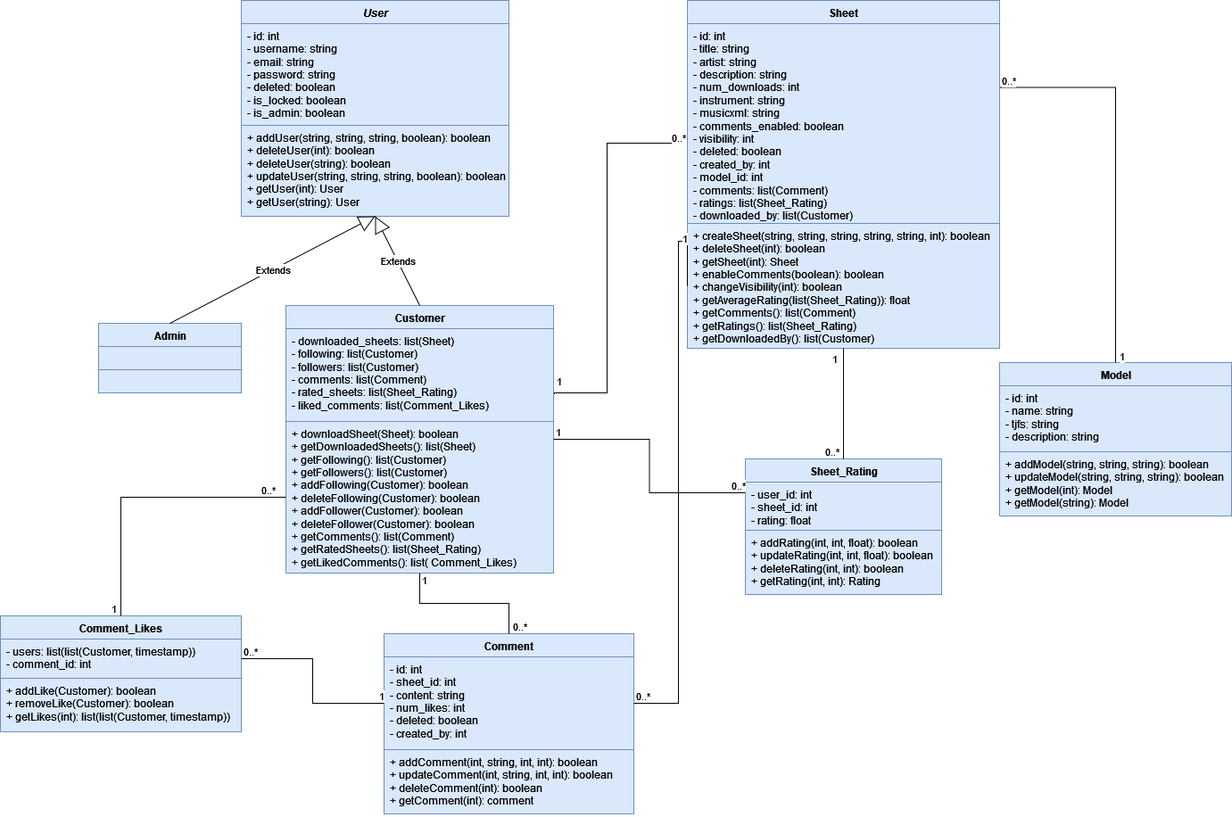
This is db/Knowtes_Class_Diagram.png from ProjFall2025/Team3, a draw.io export, as it was before one commit. Source tidied: cells renumbered, new cells last; positions are measured from the earlier drawing's top-left corner, leaving out a move shared by most shapes.
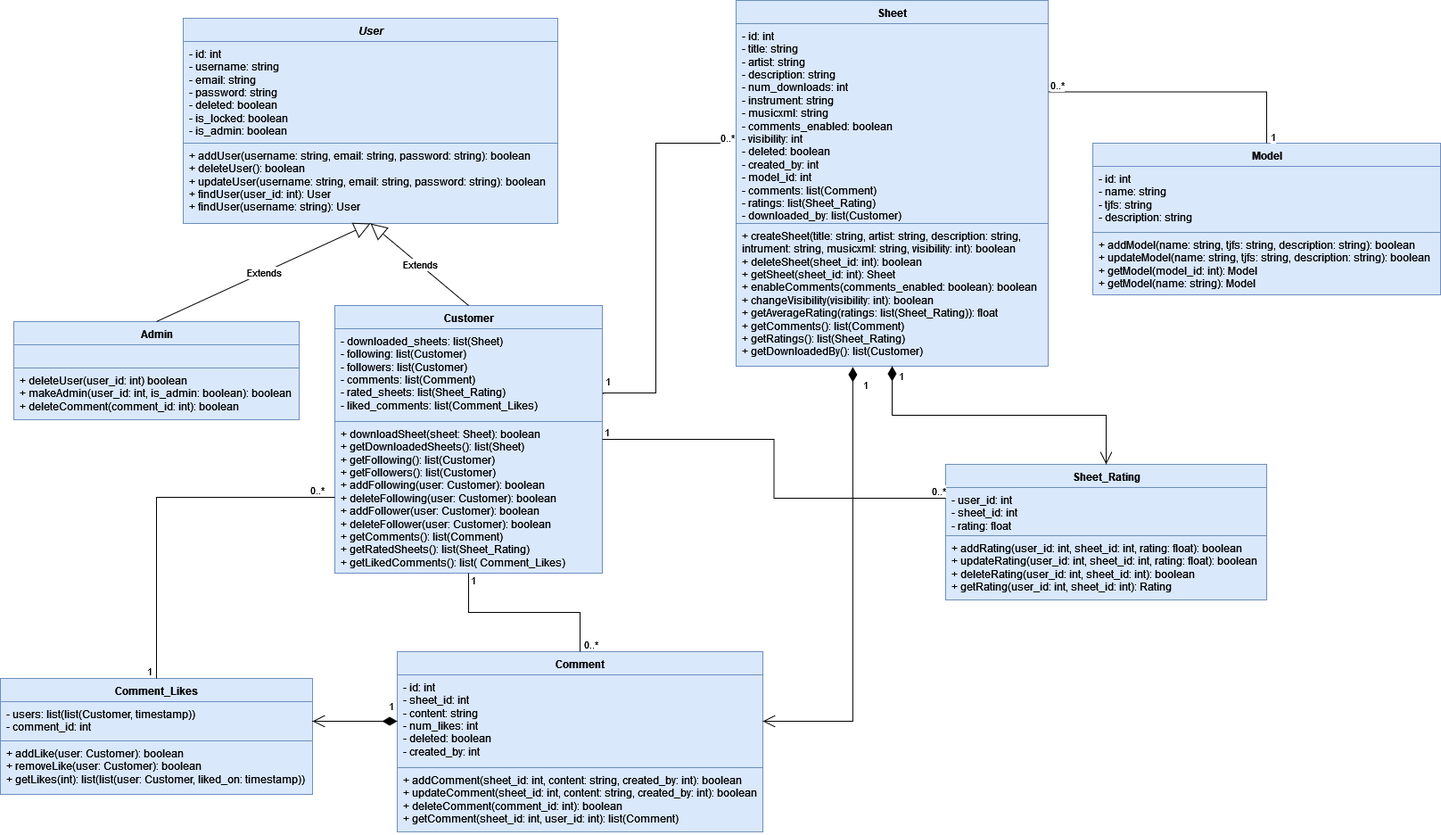
Later version of the same file.

Commit message:
Updated UML Class Diagram

Diff of the diagram source:
```diff
@@ -10,3 +10,3 @@
     </mxCell>
-    <mxCell id="4" value="&lt;div&gt;&lt;div&gt;&lt;div&gt;&lt;div&gt;&lt;div&gt;&lt;div&gt;+ downloadSheet(Sheet): boolean&lt;br&gt;&lt;/div&gt;&lt;div&gt;+ getDownloadedSheets(): list(Sheet)&lt;br&gt;&lt;/div&gt;&lt;div&gt;+ getFollowing(): list(Customer)&lt;/div&gt;&lt;div&gt;+ getFollowers(): list(Customer)&lt;/div&gt;&lt;div&gt;+ addFollowing(Customer): boolean&lt;/div&gt;&lt;div&gt;+ deleteFollowing(Customer): boolean&lt;/div&gt;&lt;div&gt;+ addFollower(Customer): boolean&lt;/div&gt;&lt;div&gt;+ deleteFollower(Customer): boolean&lt;/div&gt;&lt;div&gt;+ getComments(): list(Comment)&lt;/div&gt;&lt;div&gt;+ getRatedSheets(): list(Sheet_Rating)&lt;/div&gt;&lt;div&gt;+ getLikedComments(): list( Comment_Likes)&lt;br&gt;&lt;/div&gt;&lt;div&gt;&lt;br&gt;&lt;/div&gt;&lt;/div&gt;&lt;/div&gt;&lt;/div&gt;&lt;/div&gt;&lt;/div&gt;" style="text;strokeColor=#6c8ebf;fillColor=#dae8fc;align=left;verticalAlign=top;spacingLeft=4;spacingRight=4;overflow=hidden;points=[[0,0.5],[1,0.5]];portConstraint=eastwest;whiteSpace=wrap;html=1;" parent="2" vertex="1">
+    <mxCell id="4" value="&lt;div&gt;&lt;div&gt;&lt;div&gt;&lt;div&gt;&lt;div&gt;&lt;div&gt;+ downloadSheet(sheet: Sheet): boolean&lt;br&gt;&lt;/div&gt;&lt;div&gt;+ getDownloadedSheets(): list(Sheet)&lt;br&gt;&lt;/div&gt;&lt;div&gt;+ getFollowing(): list(Customer)&lt;/div&gt;&lt;div&gt;+ getFollowers(): list(Customer)&lt;/div&gt;&lt;div&gt;+ addFollowing(user: Customer): boolean&lt;/div&gt;&lt;div&gt;+ deleteFollowing(user: Customer): boolean&lt;/div&gt;&lt;div&gt;+ addFollower(user: Customer): boolean&lt;/div&gt;&lt;div&gt;+ deleteFollower(user: Customer): boolean&lt;/div&gt;&lt;div&gt;+ getComments(): list(Comment)&lt;/div&gt;&lt;div&gt;+ getRatedSheets(): list(Sheet_Rating)&lt;/div&gt;&lt;div&gt;+ getLikedComments(): list( Comment_Likes)&lt;br&gt;&lt;/div&gt;&lt;div&gt;&lt;br&gt;&lt;/div&gt;&lt;/div&gt;&lt;/div&gt;&lt;/div&gt;&lt;/div&gt;&lt;/div&gt;" style="text;strokeColor=#6c8ebf;fillColor=#dae8fc;align=left;verticalAlign=top;spacingLeft=4;spacingRight=4;overflow=hidden;points=[[0,0.5],[1,0.5]];portConstraint=eastwest;whiteSpace=wrap;html=1;" parent="2" vertex="1">
       <mxGeometry y="130" width="300" height="170" as="geometry" />
@@ -14,3 +14,3 @@
     <mxCell id="5" value="Sheet" style="swimlane;fontStyle=1;align=center;verticalAlign=top;horizontal=1;startSize=26;whiteSpace=wrap;html=1;fillColor=#dae8fc;strokeColor=#6c8ebf;" parent="1" vertex="1">
-      <mxGeometry x="770" width="350" height="390" as="geometry" />
+      <mxGeometry x="770" width="350" height="410" as="geometry" />
     </mxCell>
@@ -19,49 +19,49 @@
     </mxCell>
-    <mxCell id="7" value="&lt;div&gt;+ createSheet(string, string, string, string, string, int): boolean&lt;/div&gt;&lt;div&gt;+ deleteSheet(int): boolean&lt;/div&gt;&lt;div&gt;+ getSheet(int): Sheet&lt;/div&gt;&lt;div&gt;+ enableComments(boolean): boolean&lt;/div&gt;&lt;div&gt;+ changeVisibility(int): boolean&lt;/div&gt;&lt;div&gt;+ getAverageRating(list(Sheet_Rating)): float&lt;/div&gt;&lt;div&gt;+ getComments(): list(Comment)&lt;/div&gt;&lt;div&gt;+ getRatings(): list(Sheet_Rating)&lt;/div&gt;&lt;div&gt;+ getDownloadedBy(): list(Customer)&lt;br&gt;&lt;/div&gt;" style="text;strokeColor=#6c8ebf;fillColor=#dae8fc;align=left;verticalAlign=top;spacingLeft=4;spacingRight=4;overflow=hidden;points=[[0,0.5],[1,0.5]];portConstraint=eastwest;whiteSpace=wrap;html=1;" parent="5" vertex="1">
-      <mxGeometry y="250" width="350" height="140" as="geometry" />
+    <mxCell id="7" value="&lt;div&gt;+ createSheet(title: string, artist: string, description: string, intrument: string, musicxml: string, visibility: int): boolean&lt;/div&gt;&lt;div&gt;+ deleteSheet(sheet_id: int): boolean&lt;/div&gt;&lt;div&gt;+ getSheet(sheet_id: int): Sheet&lt;/div&gt;&lt;div&gt;+ enableComments(comments_enabled: boolean): boolean&lt;/div&gt;&lt;div&gt;+ changeVisibility(visibility: int): boolean&lt;/div&gt;&lt;div&gt;+ getAverageRating(ratings: list(Sheet_Rating)): float&lt;/div&gt;&lt;div&gt;+ getComments(): list(Comment)&lt;/div&gt;&lt;div&gt;+ getRatings(): list(Sheet_Rating)&lt;/div&gt;&lt;div&gt;+ getDownloadedBy(): list(Customer)&lt;br&gt;&lt;/div&gt;" style="text;strokeColor=#6c8ebf;fillColor=#dae8fc;align=left;verticalAlign=top;spacingLeft=4;spacingRight=4;overflow=hidden;points=[[0,0.5],[1,0.5]];portConstraint=eastwest;whiteSpace=wrap;html=1;" parent="5" vertex="1">
+      <mxGeometry y="250" width="350" height="160" as="geometry" />
     </mxCell>
     <mxCell id="8" value="Model" style="swimlane;fontStyle=1;align=center;verticalAlign=top;horizontal=1;startSize=26;whiteSpace=wrap;html=1;fillColor=#dae8fc;strokeColor=#6c8ebf;" parent="1" vertex="1">
-      <mxGeometry x="1120" y="406" width="260" height="172" as="geometry" />
+      <mxGeometry x="1170" y="160" width="390" height="170" as="geometry" />
     </mxCell>
     <mxCell id="9" value="&lt;div&gt;- id: int&lt;/div&gt;&lt;div&gt;- name: string&lt;/div&gt;&lt;div&gt;- tjfs: string&lt;/div&gt;&lt;div&gt;- description: string&lt;br&gt;&lt;/div&gt;&lt;div&gt;&lt;br&gt;&lt;/div&gt;" style="text;strokeColor=#6c8ebf;fillColor=#dae8fc;align=left;verticalAlign=top;spacingLeft=4;spacingRight=4;overflow=hidden;whiteSpace=wrap;html=1;" parent="8" vertex="1">
-      <mxGeometry y="26" width="260" height="74" as="geometry" />
+      <mxGeometry y="26" width="390" height="74" as="geometry" />
     </mxCell>
-    <mxCell id="10" value="&lt;div&gt;+ addModel(string, string, string): boolean&lt;/div&gt;&lt;div&gt;+ updateModel(string, string, string): boolean&lt;/div&gt;&lt;div&gt;+ getModel(int): Model&lt;/div&gt;&lt;div&gt;+ getModel(string): Model&lt;br&gt;&lt;/div&gt;&lt;div&gt;&lt;br&gt;&lt;/div&gt;" style="text;strokeColor=#6c8ebf;fillColor=#dae8fc;align=left;verticalAlign=top;spacingLeft=4;spacingRight=4;overflow=hidden;whiteSpace=wrap;html=1;" parent="8" vertex="1">
-      <mxGeometry y="100" width="260" height="72" as="geometry" />
+    <mxCell id="10" value="&lt;div&gt;+ addModel(name: string, tjfs: string, description: string): boolean&lt;/div&gt;&lt;div&gt;+ updateModel(name: string, tjfs: string, description: string): boolean&lt;/div&gt;&lt;div&gt;+ getModel(model_id: int): Model&lt;/div&gt;&lt;div&gt;+ getModel(name: string): Model&lt;br&gt;&lt;/div&gt;&lt;div&gt;&lt;br&gt;&lt;/div&gt;" style="text;strokeColor=#6c8ebf;fillColor=#dae8fc;align=left;verticalAlign=top;spacingLeft=4;spacingRight=4;overflow=hidden;whiteSpace=wrap;html=1;" parent="8" vertex="1">
+      <mxGeometry y="100" width="390" height="70" as="geometry" />
     </mxCell>
     <mxCell id="11" value="Sheet_Rating" style="swimlane;fontStyle=1;align=center;verticalAlign=top;horizontal=1;startSize=26;whiteSpace=wrap;html=1;fillColor=#dae8fc;strokeColor=#6c8ebf;" parent="1" vertex="1">
-      <mxGeometry x="835" y="514" width="220" height="152" as="geometry" />
+      <mxGeometry x="1005" y="520" width="360" height="152" as="geometry" />
     </mxCell>
     <mxCell id="12" value="&lt;div&gt;- user_id: int&lt;br&gt;&lt;/div&gt;&lt;div&gt;- sheet_id: int&lt;/div&gt;&lt;div&gt;- rating: float&lt;/div&gt;" style="text;strokeColor=#6c8ebf;fillColor=#dae8fc;align=left;verticalAlign=top;spacingLeft=4;spacingRight=4;overflow=hidden;whiteSpace=wrap;html=1;" parent="11" vertex="1">
-      <mxGeometry y="26" width="220" height="54" as="geometry" />
+      <mxGeometry y="26" width="360" height="54" as="geometry" />
     </mxCell>
-    <mxCell id="13" value="&lt;div&gt;+ addRating(int, int, float): boolean&lt;/div&gt;&lt;div&gt;+ updateRating(int, int, float): boolean&lt;/div&gt;&lt;div&gt;+ deleteRating(int, int): boolean&lt;/div&gt;&lt;div&gt;+ getRating(int, int): Rating&lt;br&gt;&lt;/div&gt;" style="text;strokeColor=#6c8ebf;fillColor=#dae8fc;align=left;verticalAlign=top;spacingLeft=4;spacingRight=4;overflow=hidden;whiteSpace=wrap;html=1;" parent="11" vertex="1">
-      <mxGeometry y="80" width="220" height="72" as="geometry" />
+    <mxCell id="13" value="&lt;div&gt;+ addRating(user_id: int, sheet_id: int, rating: float): boolean&lt;/div&gt;&lt;div&gt;+ updateRating(user_id: int, sheet_id: int, rating: float): boolean&lt;/div&gt;&lt;div&gt;+ deleteRating(user_id: int, sheet_id: int): boolean&lt;/div&gt;&lt;div&gt;+ getRating(user_id: int, sheet_id: int): Rating&lt;br&gt;&lt;/div&gt;" style="text;strokeColor=#6c8ebf;fillColor=#dae8fc;align=left;verticalAlign=top;spacingLeft=4;spacingRight=4;overflow=hidden;whiteSpace=wrap;html=1;" parent="11" vertex="1">
+      <mxGeometry y="80" width="360" height="72" as="geometry" />
     </mxCell>
     <mxCell id="14" value="Comment" style="swimlane;fontStyle=1;align=center;verticalAlign=top;horizontal=1;startSize=26;whiteSpace=wrap;html=1;fillColor=#dae8fc;strokeColor=#6c8ebf;" parent="1" vertex="1">
-      <mxGeometry x="430" y="710" width="280" height="202" as="geometry" />
+      <mxGeometry x="390" y="730" width="410" height="202" as="geometry" />
     </mxCell>
     <mxCell id="15" value="&lt;div&gt;- id: int&lt;/div&gt;&lt;div&gt;- sheet_id: int&lt;br&gt;&lt;/div&gt;&lt;div&gt;- content: string&lt;/div&gt;&lt;div&gt;- num_likes: int&lt;/div&gt;&lt;div&gt;- deleted: boolean&lt;/div&gt;&lt;div&gt;- created_by: int&lt;br&gt;&lt;/div&gt;" style="text;strokeColor=#6c8ebf;fillColor=#dae8fc;align=left;verticalAlign=top;spacingLeft=4;spacingRight=4;overflow=hidden;points=[[0,0.5],[1,0.5]];portConstraint=eastwest;whiteSpace=wrap;html=1;" parent="14" vertex="1">
-      <mxGeometry y="26" width="280" height="104" as="geometry" />
+      <mxGeometry y="26" width="410" height="104" as="geometry" />
     </mxCell>
-    <mxCell id="16" value="&lt;div&gt;+ addComment(int, string, int, int): boolean&lt;/div&gt;&lt;div&gt;+ updateComment(int, string, int, int): boolean&lt;/div&gt;&lt;div&gt;+ deleteComment(int): boolean&lt;/div&gt;&lt;div&gt;+ getComment(int): comment&lt;/div&gt;&lt;div&gt;&lt;br&gt;&lt;/div&gt;" style="text;strokeColor=#6c8ebf;fillColor=#dae8fc;align=left;verticalAlign=top;spacingLeft=4;spacingRight=4;overflow=hidden;whiteSpace=wrap;html=1;" parent="14" vertex="1">
-      <mxGeometry y="130" width="280" height="72" as="geometry" />
+    <mxCell id="16" value="&lt;div&gt;+ addComment(sheet_id: int, content: string, created_by: int): boolean&lt;/div&gt;&lt;div&gt;+ updateComment(sheet_id: int, content: string, created_by: int): boolean&lt;/div&gt;&lt;div&gt;+ deleteComment(comment_id: int): boolean&lt;/div&gt;&lt;div&gt;+ getComment(sheet_id: int, user_id: int): list(Comment)&lt;/div&gt;&lt;div&gt;&lt;br&gt;&lt;/div&gt;" style="text;strokeColor=#6c8ebf;fillColor=#dae8fc;align=left;verticalAlign=top;spacingLeft=4;spacingRight=4;overflow=hidden;whiteSpace=wrap;html=1;" parent="14" vertex="1">
+      <mxGeometry y="130" width="410" height="72" as="geometry" />
     </mxCell>
     <mxCell id="17" value="&lt;i&gt;User&lt;/i&gt;" style="swimlane;fontStyle=1;align=center;verticalAlign=top;horizontal=1;startSize=26;whiteSpace=wrap;html=1;fillColor=#dae8fc;strokeColor=#6c8ebf;" parent="1" vertex="1">
-      <mxGeometry x="270" width="300" height="242" as="geometry" />
+      <mxGeometry x="150" y="20" width="420" height="230" as="geometry" />
     </mxCell>
     <mxCell id="18" value="&lt;div&gt;- id: int&lt;/div&gt;&lt;div&gt;- username: string&lt;/div&gt;&lt;div&gt;- email: string&lt;/div&gt;&lt;div&gt;- password: string&lt;/div&gt;&lt;div&gt;&lt;div&gt;- deleted: boolean&lt;/div&gt;&lt;div&gt;- is_locked: boolean&lt;/div&gt;&lt;/div&gt;&lt;div&gt;- is_admin: boolean&lt;br&gt;&lt;/div&gt;" style="text;strokeColor=#6c8ebf;fillColor=#dae8fc;align=left;verticalAlign=top;spacingLeft=4;spacingRight=4;overflow=hidden;whiteSpace=wrap;html=1;" parent="17" vertex="1">
-      <mxGeometry y="26" width="300" height="114" as="geometry" />
+      <mxGeometry y="26" width="420" height="114" as="geometry" />
     </mxCell>
-    <mxCell id="19" value="&lt;div&gt;+ addUser(string, string, string, boolean): boolean&lt;/div&gt;&lt;div&gt;&lt;div&gt;+ deleteUser(int): boolean&lt;/div&gt;&lt;/div&gt;&lt;div&gt;+ deleteUser(string): boolean&lt;/div&gt;&lt;div&gt;+ updateUser(string, string, string, boolean): boolean&lt;/div&gt;&lt;div&gt;+ getUser(int): User&lt;/div&gt;&lt;div&gt;+ getUser(string): User&lt;/div&gt;" style="text;strokeColor=#6c8ebf;fillColor=#dae8fc;align=left;verticalAlign=top;spacingLeft=4;spacingRight=4;overflow=hidden;whiteSpace=wrap;html=1;" parent="17" vertex="1">
-      <mxGeometry y="140" width="300" height="102" as="geometry" />
+    <mxCell id="19" value="&lt;div&gt;+ addUser(username: string, email: string, password: string): boolean&lt;/div&gt;&lt;div&gt;&lt;div&gt;+ deleteUser(): boolean&lt;/div&gt;&lt;/div&gt;&lt;div&gt;+ updateUser(username: string, email: string, password: string): boolean&lt;/div&gt;&lt;div&gt;+ findUser(user_id: int): User&lt;/div&gt;&lt;div&gt;+ findUser(username: string): User&lt;/div&gt;" style="text;strokeColor=#6c8ebf;fillColor=#dae8fc;align=left;verticalAlign=top;spacingLeft=4;spacingRight=4;overflow=hidden;whiteSpace=wrap;html=1;" parent="17" vertex="1">
+      <mxGeometry y="140" width="420" height="90" as="geometry" />
     </mxCell>
     <mxCell id="20" value="Admin" style="swimlane;fontStyle=1;align=center;verticalAlign=top;horizontal=1;startSize=26;whiteSpace=wrap;html=1;fillColor=#dae8fc;strokeColor=#6c8ebf;" parent="1" vertex="1">
-      <mxGeometry x="110" y="362" width="160" height="78" as="geometry" />
+      <mxGeometry x="-40" y="360" width="320" height="110" as="geometry" />
     </mxCell>
     <mxCell id="21" style="text;strokeColor=#6c8ebf;fillColor=#dae8fc;align=left;verticalAlign=top;spacingLeft=4;spacingRight=4;overflow=hidden;whiteSpace=wrap;html=1;" parent="20" vertex="1">
-      <mxGeometry y="26" width="160" height="26" as="geometry" />
+      <mxGeometry y="26" width="320" height="26" as="geometry" />
     </mxCell>
-    <mxCell id="22" style="text;strokeColor=#6c8ebf;fillColor=#dae8fc;align=left;verticalAlign=top;spacingLeft=4;spacingRight=4;overflow=hidden;whiteSpace=wrap;html=1;" parent="20" vertex="1">
-      <mxGeometry y="52" width="160" height="26" as="geometry" />
+    <mxCell id="22" value="&lt;div&gt;+ deleteUser(user_id: int) boolean&lt;/div&gt;&lt;div&gt;+ makeAdmin(user_id: int, is_admin: boolean): boolean&lt;br&gt; &lt;/div&gt;&lt;div&gt;+ deleteComment(comment_id: int): boolean&lt;br&gt;&lt;/div&gt;" style="text;strokeColor=#6c8ebf;fillColor=#dae8fc;align=left;verticalAlign=top;spacingLeft=4;spacingRight=4;overflow=hidden;whiteSpace=wrap;html=1;" parent="20" vertex="1">
+      <mxGeometry y="52" width="320" height="58" as="geometry" />
     </mxCell>
@@ -91,15 +91,2 @@
     </mxCell>
-    <mxCell id="28" style="endArrow=none;html=1;edgeStyle=orthogonalEdgeStyle;rounded=0;exitX=0.5;exitY=1;exitDx=0;exitDy=0;entryX=0.5;entryY=0;entryDx=0;entryDy=0;" parent="1" edge="1" source="5" target="11">
-      <mxGeometry relative="1" as="geometry" />
-    </mxCell>
-    <mxCell id="29" value="1" style="edgeLabel;html=1;align=left;verticalAlign=bottom;" parent="28" vertex="1">
-      <mxGeometry x="-1" relative="1" as="geometry">
-        <mxPoint x="-15" y="20" as="offset" />
-      </mxGeometry>
-    </mxCell>
-    <mxCell id="30" value="0..*" style="edgeLabel;html=1;align=right;verticalAlign=bottom;" parent="28" vertex="1">
-      <mxGeometry x="1" relative="1" as="geometry">
-        <mxPoint x="-5" as="offset" />
-      </mxGeometry>
-    </mxCell>
     <mxCell id="31" style="endArrow=none;html=1;edgeStyle=orthogonalEdgeStyle;rounded=0;exitX=1;exitY=0.5;exitDx=0;exitDy=0;entryX=0;entryY=0.25;entryDx=0;entryDy=0;" parent="1" edge="1" source="2" target="11">
@@ -137,27 +124,10 @@
     </mxCell>
-    <mxCell id="40" style="endArrow=none;html=1;edgeStyle=orthogonalEdgeStyle;rounded=0;entryX=0;entryY=0.5;entryDx=0;entryDy=0;exitX=1;exitY=0.5;exitDx=0;exitDy=0;" parent="1" edge="1" source="15" target="7">
-      <mxGeometry relative="1" as="geometry">
-        <Array as="points">
-          <mxPoint x="760" y="788" />
-          <mxPoint x="760" y="270" />
-          <mxPoint x="770" y="270" />
-        </Array>
-      </mxGeometry>
-    </mxCell>
-    <mxCell id="41" value="0..*" style="edgeLabel;html=1;align=left;verticalAlign=bottom;" parent="40" vertex="1">
-      <mxGeometry x="-1" relative="1" as="geometry" />
-    </mxCell>
-    <mxCell id="42" value="1" style="edgeLabel;html=1;align=right;verticalAlign=bottom;" parent="40" vertex="1">
-      <mxGeometry x="1" relative="1" as="geometry">
-        <mxPoint y="-45" as="offset" />
-      </mxGeometry>
-    </mxCell>
     <mxCell id="43" value="Comment_Likes" style="swimlane;fontStyle=1;align=center;verticalAlign=top;horizontal=1;startSize=26;whiteSpace=wrap;html=1;fillColor=#dae8fc;strokeColor=#6c8ebf;" parent="1" vertex="1">
-      <mxGeometry y="690" width="270" height="130" as="geometry" />
+      <mxGeometry x="-55" y="760" width="350" height="130" as="geometry" />
     </mxCell>
     <mxCell id="44" value="&lt;div&gt;- users: list(list(Customer, timestamp))&lt;br&gt;&lt;/div&gt;&lt;div&gt;- comment_id: int&lt;/div&gt;&lt;div&gt;&lt;br&gt;&lt;/div&gt;" style="text;strokeColor=#6c8ebf;fillColor=#dae8fc;align=left;verticalAlign=top;spacingLeft=4;spacingRight=4;overflow=hidden;points=[[0,0.5],[1,0.5]];portConstraint=eastwest;whiteSpace=wrap;html=1;" parent="43" vertex="1">
-      <mxGeometry y="26" width="270" height="44" as="geometry" />
+      <mxGeometry y="26" width="350" height="44" as="geometry" />
     </mxCell>
-    <mxCell id="45" value="&lt;div&gt;+ addLike(Customer): boolean&lt;/div&gt;&lt;div&gt;+ removeLike(Customer): boolean&lt;/div&gt;&lt;div&gt;+ getLikes(int): list(list(Customer, timestamp))&lt;br&gt;&lt;/div&gt;" style="text;strokeColor=#6c8ebf;fillColor=#dae8fc;align=left;verticalAlign=top;spacingLeft=4;spacingRight=4;overflow=hidden;whiteSpace=wrap;html=1;" parent="43" vertex="1">
-      <mxGeometry y="70" width="270" height="60" as="geometry" />
+    <mxCell id="45" value="&lt;div&gt;+ addLike(user: Customer): boolean&lt;/div&gt;&lt;div&gt;+ removeLike(user: Customer): boolean&lt;/div&gt;&lt;div&gt;+ getLikes(int): list(list(user: Customer, liked_on: timestamp))&lt;br&gt;&lt;/div&gt;" style="text;strokeColor=#6c8ebf;fillColor=#dae8fc;align=left;verticalAlign=top;spacingLeft=4;spacingRight=4;overflow=hidden;whiteSpace=wrap;html=1;" parent="43" vertex="1">
+      <mxGeometry y="70" width="350" height="60" as="geometry" />
     </mxCell>
@@ -176,11 +146,11 @@
     </mxCell>
-    <mxCell id="49" style="endArrow=none;html=1;edgeStyle=orthogonalEdgeStyle;rounded=0;exitX=1;exitY=0.5;exitDx=0;exitDy=0;entryX=0;entryY=0.5;entryDx=0;entryDy=0;" parent="1" edge="1" source="44" target="15">
-      <mxGeometry relative="1" as="geometry" />
-    </mxCell>
-    <mxCell id="50" value="0..*" style="edgeLabel;html=1;align=left;verticalAlign=bottom;" parent="49" vertex="1">
-      <mxGeometry x="-1" relative="1" as="geometry" />
-    </mxCell>
-    <mxCell id="51" value="1" style="edgeLabel;html=1;align=right;verticalAlign=bottom;" parent="49" vertex="1">
-      <mxGeometry x="1" relative="1" as="geometry" />
-    </mxCell>
+    <mxCell id="52" value="1" style="endArrow=open;html=1;endSize=12;startArrow=diamondThin;startSize=14;startFill=1;edgeStyle=orthogonalEdgeStyle;align=left;verticalAlign=bottom;rounded=0;entryX=1;entryY=0.5;entryDx=0;entryDy=0;exitX=0;exitY=0.5;exitDx=0;exitDy=0;" parent="1" edge="1" source="15" target="44">
+      <mxGeometry x="-0.76" y="-8" relative="1" as="geometry" />
+    </mxCell>
+    <mxCell id="28" value="1" style="endArrow=open;html=1;endSize=12;startArrow=diamondThin;startSize=14;startFill=1;edgeStyle=orthogonalEdgeStyle;align=left;verticalAlign=bottom;rounded=0;entryX=0.5;entryY=0;entryDx=0;entryDy=0;exitX=0.5;exitY=1;exitDx=0;exitDy=0;" parent="1" edge="1" source="5" target="11">
+      <mxGeometry x="-0.89" y="5" relative="1" as="geometry" />
+    </mxCell>
+    <mxCell id="53" value="1" style="endArrow=open;html=1;endSize=12;startArrow=diamondThin;startSize=14;startFill=1;edgeStyle=orthogonalEdgeStyle;align=left;verticalAlign=bottom;rounded=0;entryX=1;entryY=0.5;entryDx=0;entryDy=0;exitX=0.374;exitY=1.006;exitDx=0;exitDy=0;exitPerimeter=0;" parent="1" edge="1" source="7" target="15">
+      <mxGeometry x="-0.88" y="9" relative="1" as="geometry" />
+    </mxCell>
   </root>
```
